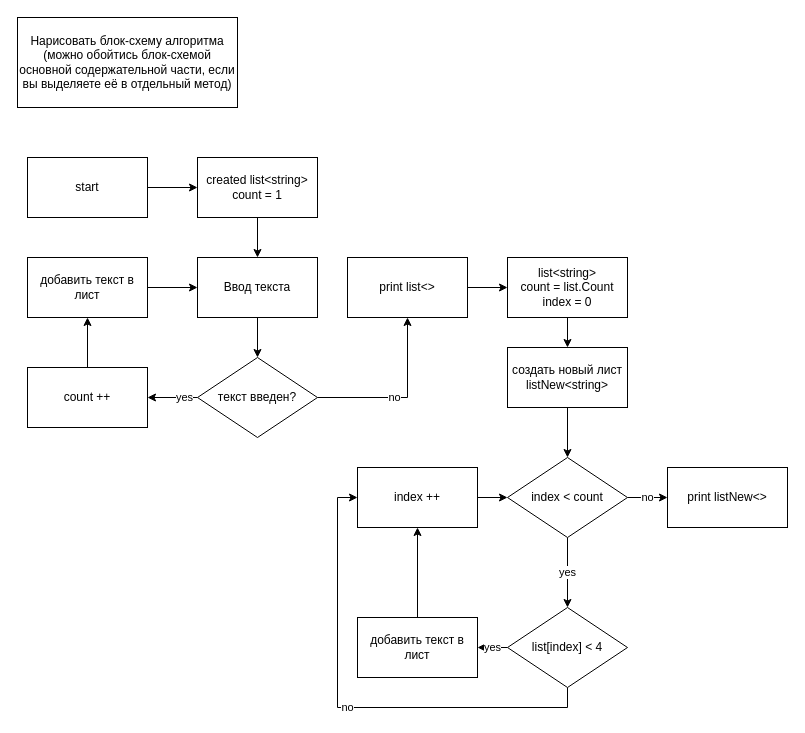
Above: схема.drawio in PugachMaksim/kontrolnaya (draw.io), before the change. Source tidied: cells renumbered, new cells numbered last; positions are measured from the earlier drawing's top-left corner, leaving out a move shared by most shapes. Both pictures are drawn from the tidied source at 100%, with x=0, y=0 at pixel (17, 17).
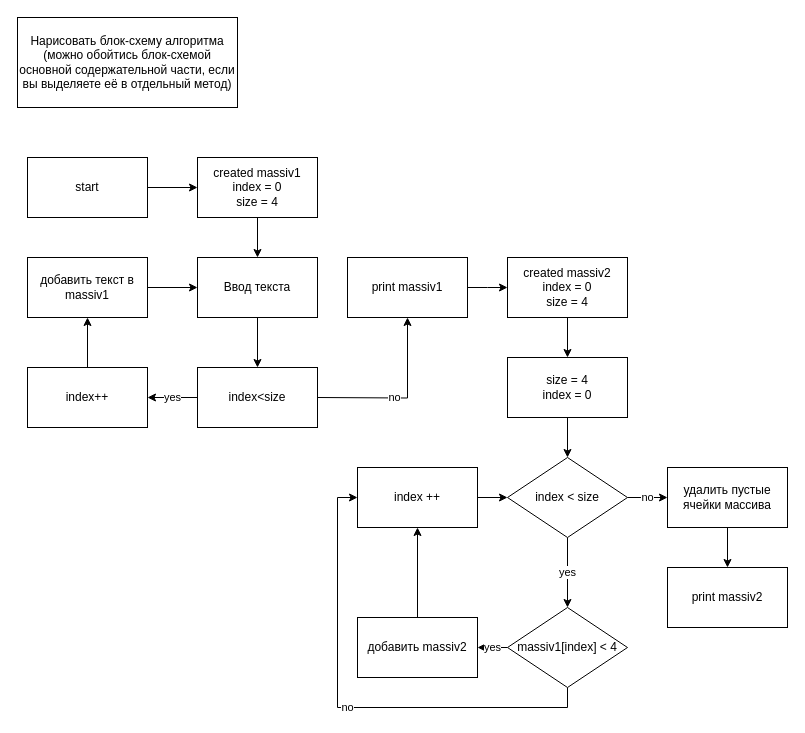
Above is the later version.

Commit message (it also covers changes not shown here):
поменял схему

Unchanged cells that the change refers to:
```xml
<mxCell id="8" value="Ввод текста" style="rounded=0;whiteSpace=wrap;html=1;" parent="1" vertex="1">
  <mxGeometry x="180" y="240" width="120" height="60" as="geometry" />
</mxCell>
```

Diff of the diagram source:
```diff
@@
-    <mxCell id="6" value="created list&amp;lt;string&amp;gt;&lt;br&gt;count = 1" style="rounded=0;whiteSpace=wrap;html=1;" parent="1" vertex="1">
+    <mxCell id="6" value="created massiv1&lt;br&gt;index = 0&lt;br&gt;size = 4" style="rounded=0;whiteSpace=wrap;html=1;" parent="1" vertex="1">
       <mxGeometry x="180" y="140" width="120" height="60" as="geometry" />
     </mxCell>
-    <mxCell id="7" style="edgeStyle=orthogonalEdgeStyle;rounded=0;jettySize=auto;html=1;exitX=0.5;exitY=1;exitDx=0;exitDy=0;entryX=0.5;entryY=0;entryDx=0;entryDy=0;" parent="1" edge="1" source="8" target="13">
+    <mxCell id="7" style="edgeStyle=orthogonalEdgeStyle;rounded=0;jettySize=auto;html=1;exitX=0.5;exitY=1;exitDx=0;exitDy=0;entryX=0.5;entryY=0;entryDx=0;entryDy=0;" parent="1" edge="1" source="8" target="35">
       <mxGeometry relative="1" as="geometry" />
     </mxCell>
@@
-    <mxCell id="9" style="edgeStyle=orthogonalEdgeStyle;rounded=0;jettySize=auto;html=1;entryX=1;entryY=0.5;entryDx=0;entryDy=0;" parent="1" edge="1" source="13" target="15">
-      <mxGeometry relative="1" as="geometry" />
-    </mxCell>
-    <mxCell id="10" value="yes" style="edgeLabel;html=1;align=center;verticalAlign=middle;" parent="9" vertex="1">
-      <mxGeometry x="-0.45" y="-1" relative="1" as="geometry" />
-    </mxCell>
-    <mxCell id="11" style="edgeStyle=orthogonalEdgeStyle;rounded=0;jettySize=auto;html=1;exitX=1;exitY=0.5;exitDx=0;exitDy=0;entryX=0.5;entryY=1;entryDx=0;entryDy=0;" parent="1" edge="1" source="13" target="17">
-      <mxGeometry relative="1" as="geometry" />
+    <mxCell id="11" style="edgeStyle=orthogonalEdgeStyle;rounded=0;jettySize=auto;html=1;exitX=1;exitY=0.5;exitDx=0;exitDy=0;entryX=0.5;entryY=1;entryDx=0;entryDy=0;" parent="1" edge="1" target="17">
+      <mxGeometry relative="1" as="geometry">
+        <mxPoint x="300" y="380" as="sourcePoint" />
+      </mxGeometry>
     </mxCell>
@@
-    <mxCell id="13" value="текст введен?" style="rhombus;whiteSpace=wrap;html=1;" parent="1" vertex="1">
-      <mxGeometry x="180" y="340" width="120" height="80" as="geometry" />
-    </mxCell>
@@
-    <mxCell id="15" value="count ++" style="rounded=0;whiteSpace=wrap;html=1;" parent="1" vertex="1">
+    <mxCell id="15" value="index++" style="rounded=0;whiteSpace=wrap;html=1;" parent="1" vertex="1">
       <mxGeometry x="10" y="350" width="120" height="60" as="geometry" />
     </mxCell>
-    <mxCell id="16" style="edgeStyle=orthogonalEdgeStyle;rounded=0;jettySize=auto;html=1;exitX=1;exitY=0.5;exitDx=0;exitDy=0;entryX=0;entryY=0.5;entryDx=0;entryDy=0;" parent="1" edge="1" source="17" target="19">
-      <mxGeometry relative="1" as="geometry" />
+    <mxCell id="16" style="edgeStyle=orthogonalEdgeStyle;rounded=0;jettySize=auto;html=1;exitX=1;exitY=0.5;exitDx=0;exitDy=0;entryX=0;entryY=0.5;entryDx=0;entryDy=0;" parent="1" edge="1" source="17">
+      <mxGeometry relative="1" as="geometry">
+        <mxPoint x="490" y="270" as="targetPoint" />
+      </mxGeometry>
     </mxCell>
-    <mxCell id="17" value="print list&amp;lt;&amp;gt;" style="rounded=0;whiteSpace=wrap;html=1;" parent="1" vertex="1">
+    <mxCell id="17" value="print massiv1" style="rounded=0;whiteSpace=wrap;html=1;" parent="1" vertex="1">
       <mxGeometry x="330" y="240" width="120" height="60" as="geometry" />
     </mxCell>
-    <mxCell id="18" style="edgeStyle=orthogonalEdgeStyle;rounded=0;jettySize=auto;html=1;exitX=0.5;exitY=1;exitDx=0;exitDy=0;entryX=0.5;entryY=0;entryDx=0;entryDy=0;" parent="1" edge="1" source="19" target="29">
-      <mxGeometry relative="1" as="geometry" />
-    </mxCell>
-    <mxCell id="19" value="list&amp;lt;string&amp;gt;&lt;br&gt;count = list.Count&lt;br&gt;index = 0" style="rounded=0;whiteSpace=wrap;html=1;" parent="1" vertex="1">
-      <mxGeometry x="490" y="240" width="120" height="60" as="geometry" />
-    </mxCell>
@@
-    <mxCell id="21" value="no" style="edgeStyle=orthogonalEdgeStyle;rounded=0;jettySize=auto;html=1;exitX=1;exitY=0.5;exitDx=0;exitDy=0;entryX=0;entryY=0.5;entryDx=0;entryDy=0;" parent="1" edge="1" source="22" target="34">
-      <mxGeometry relative="1" as="geometry" />
+    <mxCell id="21" value="no" style="edgeStyle=orthogonalEdgeStyle;rounded=0;jettySize=auto;html=1;exitX=1;exitY=0.5;exitDx=0;exitDy=0;entryX=0;entryY=0.5;entryDx=0;entryDy=0;" parent="1" edge="1" source="22">
+      <mxGeometry relative="1" as="geometry">
+        <mxPoint x="650" y="480" as="targetPoint" />
+      </mxGeometry>
     </mxCell>
-    <mxCell id="22" value="index &amp;lt; count" style="rhombus;whiteSpace=wrap;html=1;" parent="1" vertex="1">
+    <mxCell id="22" value="index &amp;lt; size" style="rhombus;whiteSpace=wrap;html=1;" parent="1" vertex="1">
       <mxGeometry x="490" y="440" width="120" height="80" as="geometry" />
     </mxCell>
@@
-    <mxCell id="25" value="list[index] &amp;lt; 4" style="rhombus;whiteSpace=wrap;html=1;" parent="1" vertex="1">
+    <mxCell id="25" value="massiv1[index] &amp;lt; 4" style="rhombus;whiteSpace=wrap;html=1;" parent="1" vertex="1">
       <mxGeometry x="490" y="590" width="120" height="80" as="geometry" />
     </mxCell>
@@
-    <mxCell id="27" value="добавить текст в лист" style="rounded=0;whiteSpace=wrap;html=1;" parent="1" vertex="1">
+    <mxCell id="27" value="добавить текст в massiv1" style="rounded=0;whiteSpace=wrap;html=1;" parent="1" vertex="1">
       <mxGeometry x="10" y="240" width="120" height="60" as="geometry" />
     </mxCell>
-    <mxCell id="28" style="edgeStyle=orthogonalEdgeStyle;rounded=0;jettySize=auto;html=1;exitX=0.5;exitY=1;exitDx=0;exitDy=0;entryX=0.5;entryY=0;entryDx=0;entryDy=0;" parent="1" edge="1" source="29" target="22">
+    <mxCell id="28" style="edgeStyle=orthogonalEdgeStyle;rounded=0;jettySize=auto;html=1;exitX=0.5;exitY=1;exitDx=0;exitDy=0;" parent="1" edge="1" source="29" target="37">
       <mxGeometry relative="1" as="geometry" />
     </mxCell>
-    <mxCell id="29" value="создать новый лист&lt;br&gt;listNew&amp;lt;string&amp;gt;" style="rounded=0;whiteSpace=wrap;html=1;" parent="1" vertex="1">
-      <mxGeometry x="490" y="330" width="120" height="60" as="geometry" />
+    <mxCell id="29" value="created massiv2&lt;br style=&quot;border-color: var(--border-color);&quot;&gt;index = 0&lt;br style=&quot;border-color: var(--border-color);&quot;&gt;size = 4" style="rounded=0;whiteSpace=wrap;html=1;" parent="1" vertex="1">
+      <mxGeometry x="490" y="240" width="120" height="60" as="geometry" />
     </mxCell>
@@
-    <mxCell id="31" value="добавить текст в лист" style="rounded=0;whiteSpace=wrap;html=1;" parent="1" vertex="1">
+    <mxCell id="31" value="добавить massiv2" style="rounded=0;whiteSpace=wrap;html=1;" parent="1" vertex="1">
       <mxGeometry x="340" y="600" width="120" height="60" as="geometry" />
     </mxCell>
@@
-    <mxCell id="34" value="print listNew&amp;lt;&amp;gt;" style="rounded=0;whiteSpace=wrap;html=1;" parent="1" vertex="1">
-      <mxGeometry x="650" y="450" width="120" height="60" as="geometry" />
-    </mxCell>
+    <mxCell id="10" value="yes" style="edgeStyle=orthogonalEdgeStyle;rounded=0;jettySize=auto;html=1;entryX=1;entryY=0.5;entryDx=0;entryDy=0;" parent="1" edge="1" source="35" target="15">
+      <mxGeometry relative="1" as="geometry" />
+    </mxCell>
+    <mxCell id="35" value="index&amp;lt;size" style="rounded=0;whiteSpace=wrap;html=1;" parent="1" vertex="1">
+      <mxGeometry x="180" y="350" width="120" height="60" as="geometry" />
+    </mxCell>
+    <mxCell id="36" style="edgeStyle=orthogonalEdgeStyle;rounded=0;jettySize=auto;html=1;exitX=0.5;exitY=1;exitDx=0;exitDy=0;entryX=0.5;entryY=0;entryDx=0;entryDy=0;" parent="1" edge="1" source="37" target="22">
+      <mxGeometry relative="1" as="geometry" />
+    </mxCell>
+    <mxCell id="37" value="size = 4&lt;br&gt;index = 0" style="rounded=0;whiteSpace=wrap;html=1;" parent="1" vertex="1">
+      <mxGeometry x="490" y="340" width="120" height="60" as="geometry" />
+    </mxCell>
+    <mxCell id="38" style="edgeStyle=orthogonalEdgeStyle;rounded=0;jettySize=auto;html=1;" parent="1" edge="1" source="39" target="40">
+      <mxGeometry relative="1" as="geometry" />
+    </mxCell>
+    <mxCell id="39" value="удалить пустые ячейки массива" style="whiteSpace=wrap;html=1;rounded=0;" parent="1" vertex="1">
+      <mxGeometry x="650" y="450" width="120" height="60" as="geometry" />
+    </mxCell>
+    <mxCell id="40" value="print massiv2" style="whiteSpace=wrap;html=1;rounded=0;" parent="1" vertex="1">
+      <mxGeometry x="650" y="550" width="120" height="60" as="geometry" />
+    </mxCell>
```
